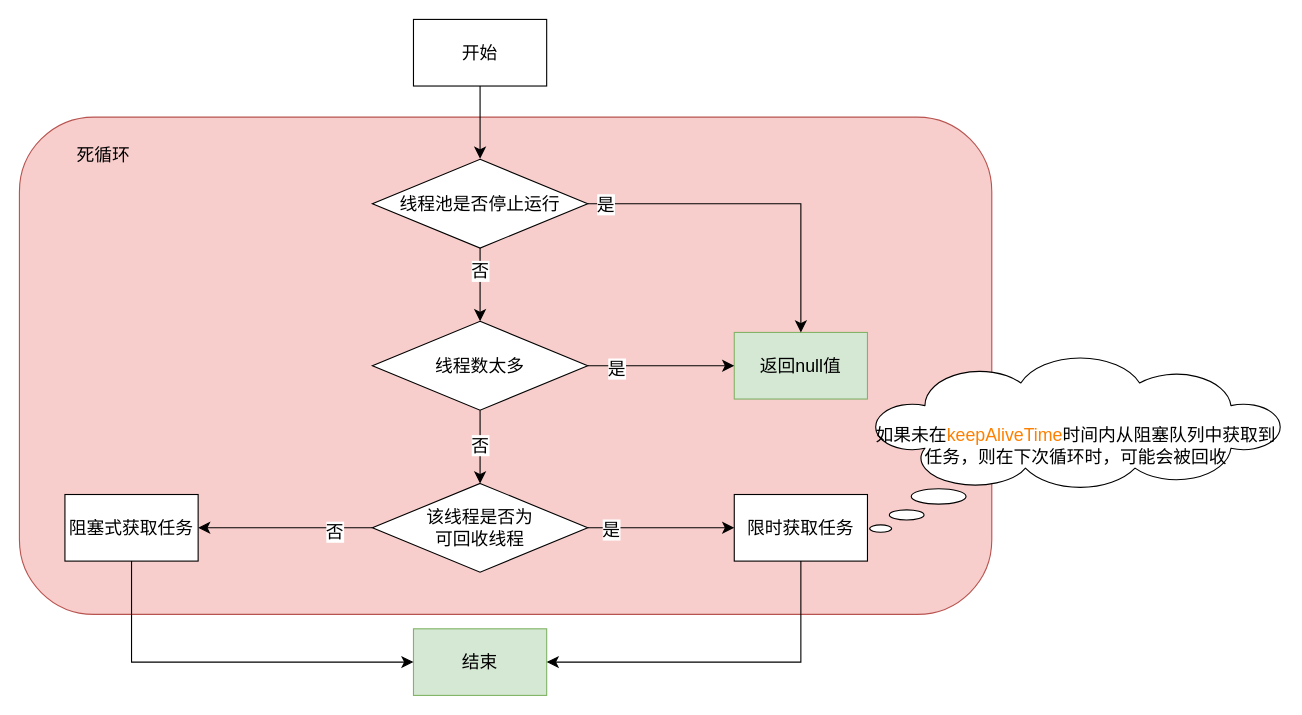
ordinarylq/personal-drawer keeps this draw.io diagram as 线程池获取任务.drawio. Above is the earlier version. Source tidied: cells renumbered, new cells numbered last; positions are measured from the earlier drawing's top-left corner, leaving out a move shared by most shapes. Both pictures are drawn from the tidied source at 111%, with x=0, y=0 at pixel (19, 19).
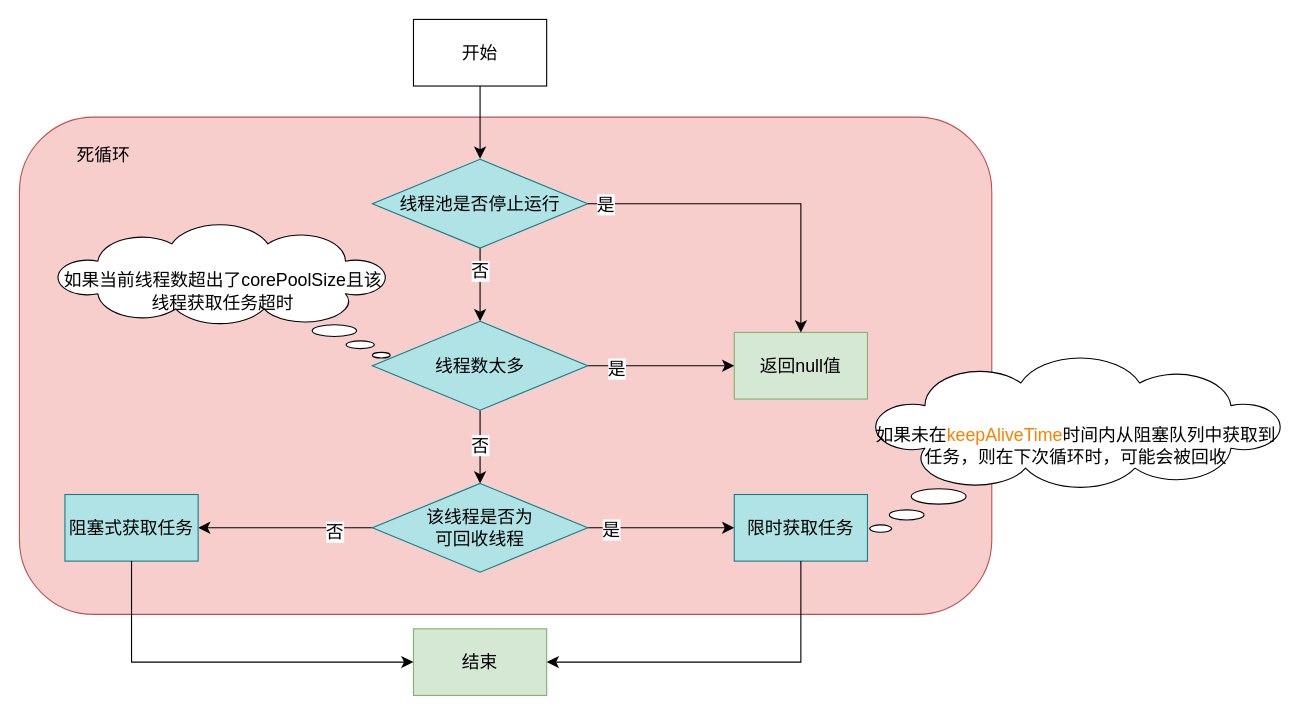
The same page after the edit.

Commit message (it also covers changes not shown here):
更新线程池获取任务.drawio

What changed in the source:
```diff
@@
-    <mxCell id="7" value="线程池是否停止运行" style="rhombus;whiteSpace=wrap;html=1;fontSize=16;" parent="1" vertex="1">
+    <mxCell id="7" value="线程池是否停止运行" style="rhombus;whiteSpace=wrap;html=1;fontSize=16;fillColor=#b0e3e6;strokeColor=#0e8088;" parent="1" vertex="1">
       <mxGeometry x="318" y="126" width="194" height="80" as="geometry" />
     </mxCell>
@@
-    <mxCell id="13" value="线程数太多" style="rhombus;whiteSpace=wrap;html=1;fontSize=16;" parent="1" vertex="1">
+    <mxCell id="13" value="线程数太多" style="rhombus;whiteSpace=wrap;html=1;fontSize=16;fillColor=#b0e3e6;strokeColor=#0e8088;" parent="1" vertex="1">
       <mxGeometry x="318" y="272" width="194" height="80" as="geometry" />
     </mxCell>
@@
-    <mxCell id="20" value="该线程是否为&lt;br&gt;可回收线程" style="rhombus;whiteSpace=wrap;html=1;fontSize=16;" parent="1" vertex="1">
+    <mxCell id="20" value="该线程是否为&lt;br&gt;可回收线程" style="rhombus;whiteSpace=wrap;html=1;fontSize=16;fillColor=#b0e3e6;strokeColor=#0e8088;" parent="1" vertex="1">
       <mxGeometry x="318" y="418" width="194" height="80" as="geometry" />
     </mxCell>
-    <mxCell id="21" value="限时获取任务" style="whiteSpace=wrap;html=1;fontSize=16;" parent="1" vertex="1">
+    <mxCell id="21" value="限时获取任务" style="whiteSpace=wrap;html=1;fontSize=16;fillColor=#b0e3e6;strokeColor=#0e8088;" parent="1" vertex="1">
       <mxGeometry x="644" y="428" width="120" height="60" as="geometry" />
     </mxCell>
-    <mxCell id="22" value="阻塞式获取任务" style="whiteSpace=wrap;html=1;fontSize=16;" parent="1" vertex="1">
+    <mxCell id="22" value="阻塞式获取任务" style="whiteSpace=wrap;html=1;fontSize=16;fillColor=#b0e3e6;strokeColor=#0e8088;" parent="1" vertex="1">
       <mxGeometry x="41" y="428" width="120" height="60" as="geometry" />
     </mxCell>
@@
+    <mxCell id="28" value="如果当前线程数超出了corePoolSize且该线程获取任务超时" style="whiteSpace=wrap;html=1;shape=mxgraph.basic.cloud_callout;fontSize=16;direction=east;flipH=1;" parent="1" vertex="1">
+      <mxGeometry x="33" y="185" width="301" height="120" as="geometry" />
+    </mxCell>
```
